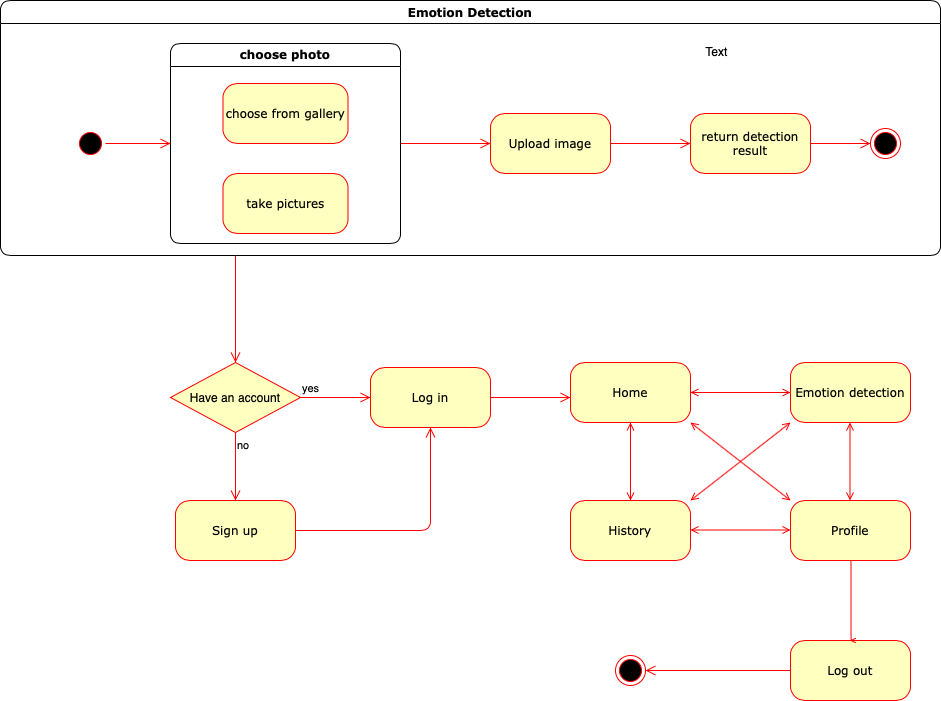
Earlier version of the draw.io export Android/image/app_state.png (nnyy10/COMP90055_CNN_Emotion_Recognition). Source tidied: cells renumbered, new cells last; positions are measured from the earlier drawing's top-left corner, leaving out a move shared by most shapes. Its diagram source:
```xml
<mxGraphModel background="#ffffff">
  <root>
    <mxCell id="0" />
    <mxCell id="1" parent="0" />
    <mxCell id="2" value="Emotion Detection" style="swimlane;whiteSpace=wrap;html=1;rounded=1;shadow=0;comic=0;labelBackgroundColor=none;strokeWidth=1;fontFamily=Verdana;fontSize=12;align=center;" parent="1" vertex="1">
      <mxGeometry width="940" height="255" as="geometry" />
    </mxCell>
    <mxCell id="3" style="ellipse;html=1;shape=endState;fillColor=#000000;strokeColor=#ff0000;rounded=1;shadow=0;comic=0;labelBackgroundColor=none;fontFamily=Verdana;fontSize=12;fontColor=#000000;align=center;" parent="2" vertex="1">
      <mxGeometry x="870" y="128" width="30" height="30" as="geometry" />
    </mxCell>
    <mxCell id="4" style="edgeStyle=elbowEdgeStyle;html=1;labelBackgroundColor=none;endArrow=open;endSize=8;strokeColor=#ff0000;fontFamily=Verdana;fontSize=12;align=left;entryX=0;entryY=0.5;entryDx=0;entryDy=0;exitX=0.5;exitY=0;exitDx=0;exitDy=0;" parent="2" edge="1" source="5" target="9">
      <mxGeometry relative="1" as="geometry" />
    </mxCell>
    <mxCell id="5" style="ellipse;html=1;shape=startState;fillColor=#000000;strokeColor=#ff0000;rounded=1;shadow=0;comic=0;labelBackgroundColor=none;fontFamily=Verdana;fontSize=12;fontColor=#000000;align=center;direction=south;" parent="2" vertex="1">
      <mxGeometry x="75" y="128" width="30" height="30" as="geometry" />
    </mxCell>
    <mxCell id="6" style="edgeStyle=elbowEdgeStyle;html=1;labelBackgroundColor=none;endArrow=open;endSize=8;strokeColor=#ff0000;fontFamily=Verdana;fontSize=12;align=left;exitX=1;exitY=0.5;exitDx=0;exitDy=0;" parent="2" edge="1" source="9" target="8">
      <mxGeometry relative="1" as="geometry" />
    </mxCell>
    <mxCell id="7" style="edgeStyle=elbowEdgeStyle;html=1;labelBackgroundColor=none;endArrow=open;endSize=8;strokeColor=#ff0000;fontFamily=Verdana;fontSize=12;align=left;entryX=0;entryY=0.5;entryDx=0;entryDy=0;" parent="2" edge="1" source="8" target="12">
      <mxGeometry relative="1" as="geometry" />
    </mxCell>
    <mxCell id="8" value="Upload image" style="rounded=1;whiteSpace=wrap;html=1;arcSize=24;fillColor=#ffffc0;strokeColor=#ff0000;shadow=0;comic=0;labelBackgroundColor=none;fontFamily=Verdana;fontSize=12;fontColor=#000000;align=center;" parent="2" vertex="1">
      <mxGeometry x="490" y="113" width="120" height="60" as="geometry" />
    </mxCell>
    <mxCell id="9" value="choose photo" style="swimlane;whiteSpace=wrap;html=1;rounded=1;shadow=0;comic=0;labelBackgroundColor=none;strokeWidth=1;fontFamily=Verdana;fontSize=12;align=center;" parent="2" vertex="1">
      <mxGeometry x="170" y="43" width="230" height="200" as="geometry" />
    </mxCell>
    <mxCell id="10" value="choose from gallery" style="rounded=1;whiteSpace=wrap;html=1;arcSize=24;fillColor=#ffffc0;strokeColor=#ff0000;shadow=0;comic=0;labelBackgroundColor=none;fontFamily=Verdana;fontSize=12;fontColor=#000000;align=center;" parent="9" vertex="1">
      <mxGeometry x="52.5" y="40" width="125" height="60" as="geometry" />
    </mxCell>
    <mxCell id="11" value="take pictures" style="rounded=1;whiteSpace=wrap;html=1;arcSize=24;fillColor=#ffffc0;strokeColor=#ff0000;shadow=0;comic=0;labelBackgroundColor=none;fontFamily=Verdana;fontSize=12;fontColor=#000000;align=center;" parent="9" vertex="1">
      <mxGeometry x="52.5" y="130" width="125" height="60" as="geometry" />
    </mxCell>
    <mxCell id="12" value="return detection result" style="rounded=1;whiteSpace=wrap;html=1;arcSize=24;fillColor=#ffffc0;strokeColor=#ff0000;shadow=0;comic=0;labelBackgroundColor=none;fontFamily=Verdana;fontSize=12;fontColor=#000000;align=center;" parent="2" vertex="1">
      <mxGeometry x="690" y="113" width="120" height="60" as="geometry" />
    </mxCell>
    <mxCell id="13" style="edgeStyle=elbowEdgeStyle;html=1;labelBackgroundColor=none;endArrow=open;endSize=8;strokeColor=#ff0000;fontFamily=Verdana;fontSize=12;align=left;entryX=0;entryY=0.5;entryDx=0;entryDy=0;exitX=1;exitY=0.5;exitDx=0;exitDy=0;" parent="2" edge="1" source="12" target="3">
      <mxGeometry relative="1" as="geometry" />
    </mxCell>
    <mxCell id="14" value="Home" style="rounded=1;whiteSpace=wrap;html=1;arcSize=24;fillColor=#ffffc0;strokeColor=#ff0000;shadow=0;comic=0;labelBackgroundColor=none;fontFamily=Verdana;fontSize=12;fontColor=#000000;align=center;" parent="1" vertex="1">
      <mxGeometry x="570" y="362" width="120" height="60" as="geometry" />
    </mxCell>
    <mxCell id="15" value="Log in" style="rounded=1;whiteSpace=wrap;html=1;arcSize=24;fillColor=#ffffc0;strokeColor=#ff0000;shadow=0;comic=0;labelBackgroundColor=none;fontFamily=Verdana;fontSize=12;fontColor=#000000;align=center;" parent="1" vertex="1">
      <mxGeometry x="370" y="367" width="120" height="60" as="geometry" />
    </mxCell>
    <mxCell id="16" value="Sign up" style="rounded=1;whiteSpace=wrap;html=1;arcSize=24;fillColor=#ffffc0;strokeColor=#ff0000;shadow=0;comic=0;labelBackgroundColor=none;fontFamily=Verdana;fontSize=12;fontColor=#000000;align=center;" parent="1" vertex="1">
      <mxGeometry x="175" y="500" width="120" height="60" as="geometry" />
    </mxCell>
    <mxCell id="17" value="Have an account" style="rhombus;whiteSpace=wrap;html=1;fillColor=#ffffc0;strokeColor=#ff0000;" parent="1" vertex="1">
      <mxGeometry x="170" y="362" width="130" height="70" as="geometry" />
    </mxCell>
    <mxCell id="18" value="yes" style="edgeStyle=orthogonalEdgeStyle;html=1;align=left;verticalAlign=bottom;endArrow=open;endSize=8;strokeColor=#ff0000;entryX=0;entryY=0.5;entryDx=0;entryDy=0;" parent="1" edge="1" source="17" target="15">
      <mxGeometry x="-1" relative="1" as="geometry" />
    </mxCell>
    <mxCell id="19" value="no" style="edgeStyle=orthogonalEdgeStyle;html=1;align=left;verticalAlign=top;endArrow=open;endSize=8;strokeColor=#ff0000;entryX=0.5;entryY=0;entryDx=0;entryDy=0;" parent="1" edge="1" source="17" target="16">
      <mxGeometry x="-1" relative="1" as="geometry" />
    </mxCell>
    <mxCell id="20" style="edgeStyle=elbowEdgeStyle;html=1;labelBackgroundColor=none;endArrow=open;endSize=8;strokeColor=#ff0000;fontFamily=Verdana;fontSize=12;align=left;exitX=1;exitY=0.5;exitDx=0;exitDy=0;entryX=0.5;entryY=1;entryDx=0;entryDy=0;" parent="1" edge="1" source="16" target="15">
      <mxGeometry relative="1" as="geometry">
        <Array as="points">
          <mxPoint x="430" y="490" />
        </Array>
      </mxGeometry>
    </mxCell>
    <mxCell id="21" style="edgeStyle=elbowEdgeStyle;html=1;labelBackgroundColor=none;endArrow=open;endSize=8;strokeColor=#ff0000;fontFamily=Verdana;fontSize=12;align=left;entryX=0.5;entryY=0;entryDx=0;entryDy=0;exitX=0.25;exitY=1;exitDx=0;exitDy=0;" parent="1" edge="1" source="2" target="17">
      <mxGeometry relative="1" as="geometry">
        <Array as="points">
          <mxPoint x="235" y="320" />
        </Array>
      </mxGeometry>
    </mxCell>
    <mxCell id="22" style="edgeStyle=elbowEdgeStyle;html=1;labelBackgroundColor=none;endArrow=open;endSize=8;strokeColor=#ff0000;fontFamily=Verdana;fontSize=12;align=left;exitX=1;exitY=0.5;exitDx=0;exitDy=0;" parent="1" edge="1" source="15">
      <mxGeometry relative="1" as="geometry">
        <mxPoint x="570" y="397" as="targetPoint" />
        <Array as="points">
          <mxPoint x="540" y="362" />
          <mxPoint x="570" y="412" />
        </Array>
      </mxGeometry>
    </mxCell>
    <mxCell id="23" value="Emotion detection" style="rounded=1;whiteSpace=wrap;html=1;arcSize=24;fillColor=#ffffc0;strokeColor=#ff0000;shadow=0;comic=0;labelBackgroundColor=none;fontFamily=Verdana;fontSize=12;fontColor=#000000;align=center;" parent="1" vertex="1">
      <mxGeometry x="790" y="362" width="120" height="60" as="geometry" />
    </mxCell>
    <mxCell id="24" style="html=1;labelBackgroundColor=none;endArrow=open;strokeColor=#ff0000;fontFamily=Verdana;fontSize=12;align=left;exitX=1;exitY=0.5;exitDx=0;exitDy=0;startArrow=open;startFill=0;" parent="1" edge="1" source="14">
      <mxGeometry relative="1" as="geometry">
        <mxPoint x="790" y="392" as="targetPoint" />
      </mxGeometry>
    </mxCell>
    <mxCell id="25" value="History" style="rounded=1;whiteSpace=wrap;html=1;arcSize=24;fillColor=#ffffc0;strokeColor=#ff0000;shadow=0;comic=0;labelBackgroundColor=none;fontFamily=Verdana;fontSize=12;fontColor=#000000;align=center;" parent="1" vertex="1">
      <mxGeometry x="570" y="500" width="120" height="60" as="geometry" />
    </mxCell>
    <mxCell id="26" value="Profile" style="rounded=1;whiteSpace=wrap;html=1;arcSize=24;fillColor=#ffffc0;strokeColor=#ff0000;shadow=0;comic=0;labelBackgroundColor=none;fontFamily=Verdana;fontSize=12;fontColor=#000000;align=center;" parent="1" vertex="1">
      <mxGeometry x="790" y="500" width="120" height="60" as="geometry" />
    </mxCell>
    <mxCell id="27" style="html=1;labelBackgroundColor=none;endArrow=open;strokeColor=#ff0000;fontFamily=Verdana;fontSize=12;align=left;exitX=0.5;exitY=1;exitDx=0;exitDy=0;startArrow=open;startFill=0;entryX=0.5;entryY=0;entryDx=0;entryDy=0;" parent="1" edge="1" source="14" target="25">
      <mxGeometry relative="1" as="geometry" />
    </mxCell>
    <mxCell id="28" style="html=1;labelBackgroundColor=none;endArrow=open;strokeColor=#ff0000;fontFamily=Verdana;fontSize=12;align=left;exitX=1;exitY=0.5;exitDx=0;exitDy=0;startArrow=open;startFill=0;" parent="1" edge="1">
      <mxGeometry relative="1" as="geometry">
        <mxPoint x="690" y="529.5" as="sourcePoint" />
        <mxPoint x="790" y="529.5" as="targetPoint" />
      </mxGeometry>
    </mxCell>
    <mxCell id="29" style="html=1;labelBackgroundColor=none;endArrow=open;strokeColor=#ff0000;fontFamily=Verdana;fontSize=12;align=left;exitX=0.5;exitY=1;exitDx=0;exitDy=0;startArrow=open;startFill=0;entryX=0.5;entryY=0;entryDx=0;entryDy=0;" parent="1" edge="1">
      <mxGeometry relative="1" as="geometry">
        <mxPoint x="849.5" y="422" as="sourcePoint" />
        <mxPoint x="849.5" y="500" as="targetPoint" />
      </mxGeometry>
    </mxCell>
    <mxCell id="30" value="Log out" style="rounded=1;whiteSpace=wrap;html=1;arcSize=24;fillColor=#ffffc0;strokeColor=#ff0000;shadow=0;comic=0;labelBackgroundColor=none;fontFamily=Verdana;fontSize=12;fontColor=#000000;align=center;" parent="1" vertex="1">
      <mxGeometry x="790" y="640" width="120" height="60" as="geometry" />
    </mxCell>
    <mxCell id="31" style="edgeStyle=elbowEdgeStyle;html=1;labelBackgroundColor=none;endArrow=open;endSize=8;strokeColor=#ff0000;fontFamily=Verdana;fontSize=12;align=left;exitX=0.25;exitY=1;exitDx=0;exitDy=0;entryX=0.5;entryY=0;entryDx=0;entryDy=0;" parent="1" edge="1" target="30">
      <mxGeometry relative="1" as="geometry">
        <mxPoint x="850" y="560" as="sourcePoint" />
      </mxGeometry>
    </mxCell>
    <mxCell id="32" style="ellipse;html=1;shape=endState;fillColor=#000000;strokeColor=#ff0000;rounded=1;shadow=0;comic=0;labelBackgroundColor=none;fontFamily=Verdana;fontSize=12;fontColor=#000000;align=center;" parent="1" vertex="1">
      <mxGeometry x="615" y="655" width="30" height="30" as="geometry" />
    </mxCell>
    <mxCell id="33" style="edgeStyle=elbowEdgeStyle;html=1;labelBackgroundColor=none;endArrow=open;endSize=8;strokeColor=#ff0000;fontFamily=Verdana;fontSize=12;align=left;exitX=0;exitY=0.5;exitDx=0;exitDy=0;entryX=1;entryY=0.5;entryDx=0;entryDy=0;" parent="1" edge="1" source="30" target="32">
      <mxGeometry relative="1" as="geometry" />
    </mxCell>
    <mxCell id="34" style="html=1;labelBackgroundColor=none;endArrow=open;strokeColor=#ff0000;fontFamily=Verdana;fontSize=12;align=left;exitX=1;exitY=1;exitDx=0;exitDy=0;startArrow=open;startFill=0;entryX=0;entryY=0;entryDx=0;entryDy=0;" parent="1" edge="1" source="14" target="26">
      <mxGeometry relative="1" as="geometry" />
    </mxCell>
    <mxCell id="35" style="html=1;labelBackgroundColor=none;endArrow=open;strokeColor=#ff0000;fontFamily=Verdana;fontSize=12;align=left;exitX=0;exitY=1;exitDx=0;exitDy=0;startArrow=open;startFill=0;entryX=1;entryY=0;entryDx=0;entryDy=0;" parent="1" edge="1" source="23" target="25">
      <mxGeometry relative="1" as="geometry" />
    </mxCell>
    <mxCell id="36" value="Text" style="text;html=1;align=center;verticalAlign=middle;" parent="1" vertex="1">
      <mxGeometry x="696" y="41" width="40" height="20" as="geometry" />
    </mxCell>
  </root>
</mxGraphModel>
```
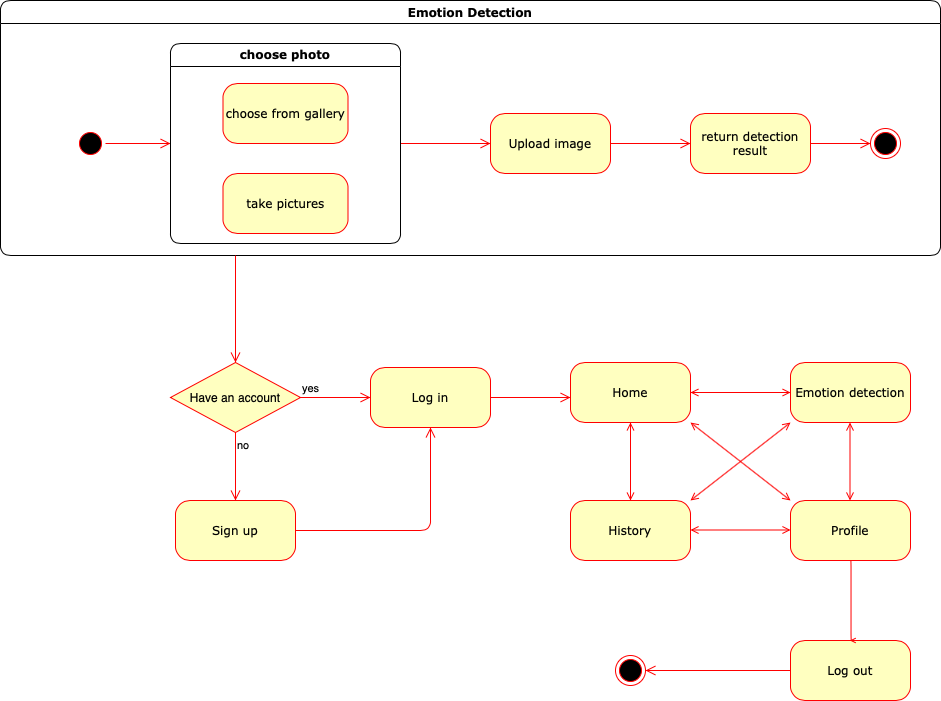
After the change.

Diff of the diagram source:
```diff
@@ -128,8 +128,5 @@
     <mxCell id="35" style="html=1;labelBackgroundColor=none;endArrow=open;strokeColor=#ff0000;fontFamily=Verdana;fontSize=12;align=left;exitX=0;exitY=1;exitDx=0;exitDy=0;startArrow=open;startFill=0;entryX=1;entryY=0;entryDx=0;entryDy=0;" parent="1" edge="1" source="23" target="25">
       <mxGeometry relative="1" as="geometry" />
     </mxCell>
-    <mxCell id="36" value="Text" style="text;html=1;align=center;verticalAlign=middle;" parent="1" vertex="1">
-      <mxGeometry x="696" y="41" width="40" height="20" as="geometry" />
-    </mxCell>
   </root>
 </mxGraphModel>
```
